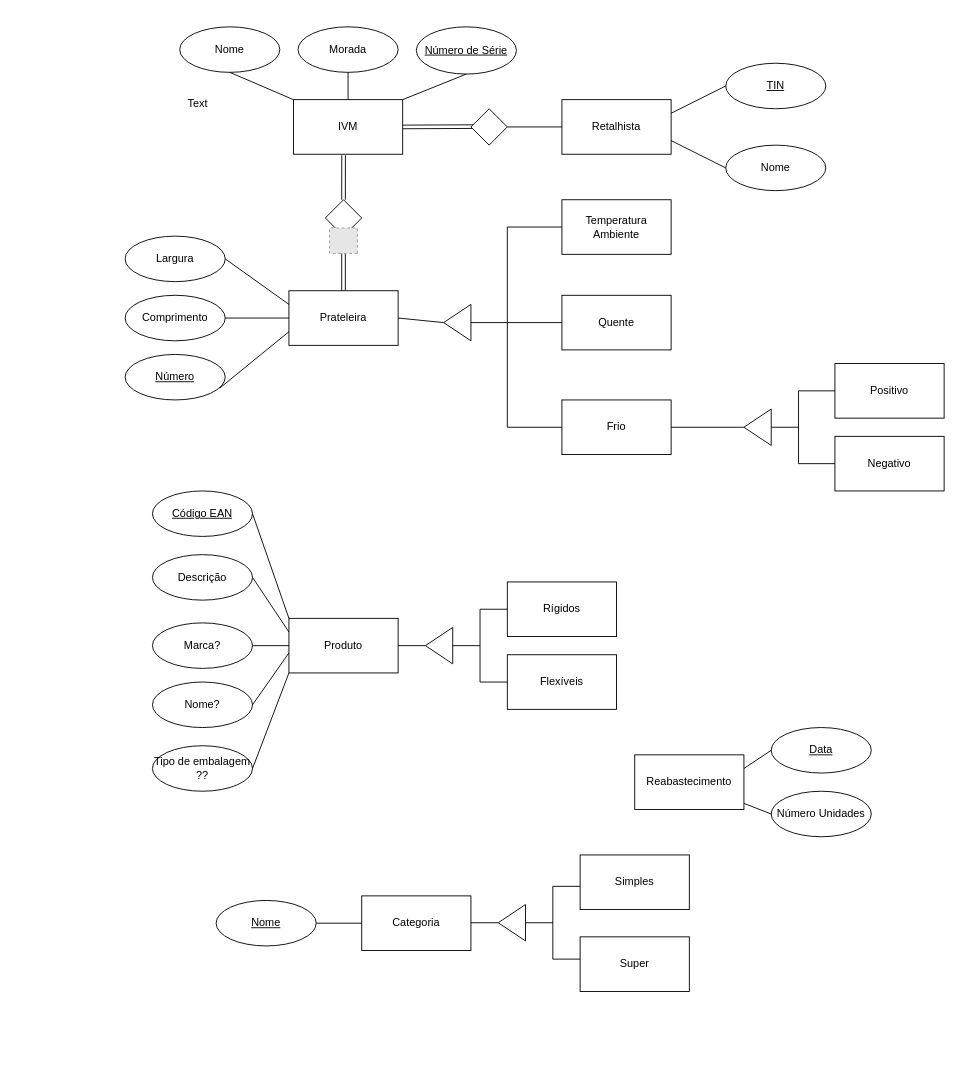
Above: Untitled Diagram.drawio in inespereirinha/BD (draw.io), before the change. Source tidied: cells renumbered, new cells numbered last; positions are measured from the earlier drawing's top-left corner, leaving out a move shared by most shapes. Both pictures are drawn from the tidied source at 91%, with x=0, y=0 at pixel (125, 26). Pictures stored in the file or linked from it are replaced by grey dashed boxes.
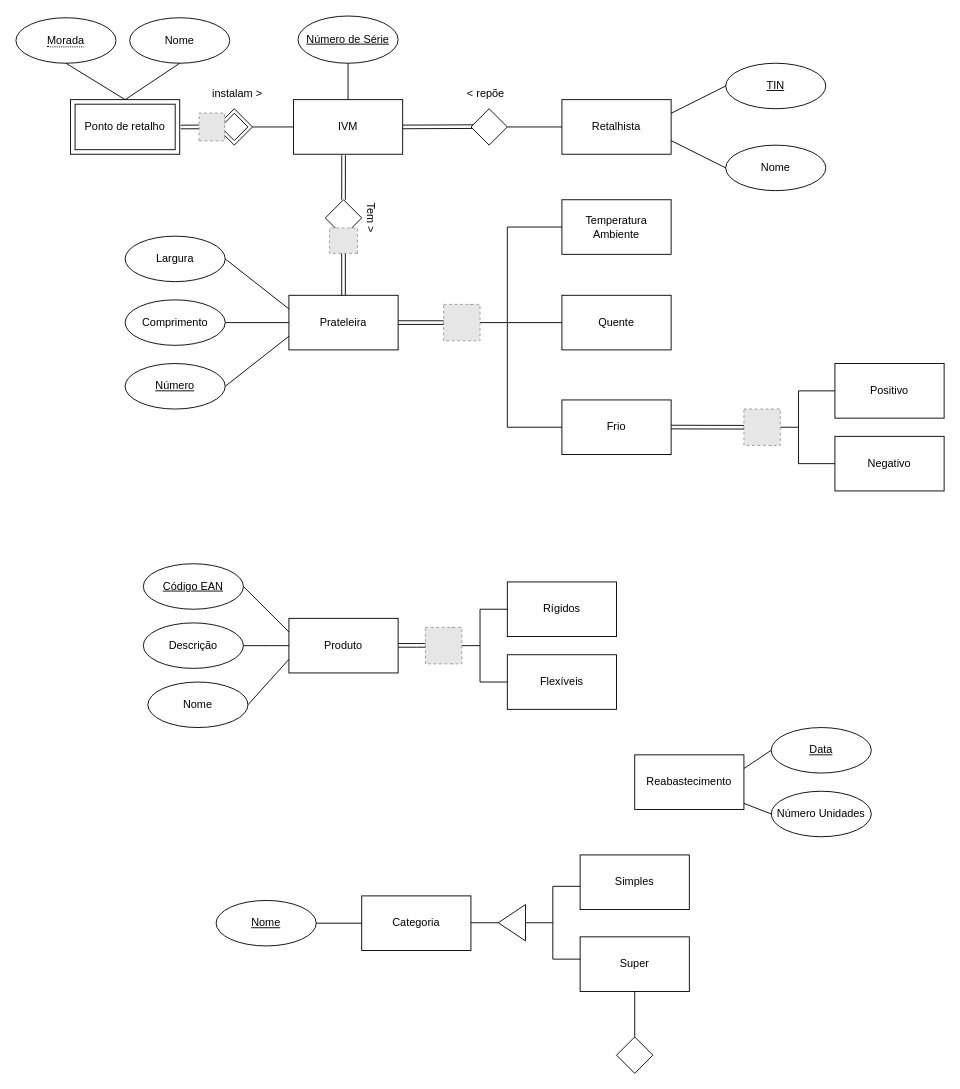
After the change.

Commit message:
weak entity

Unchanged cells that the change refers to:
```xml
<mxCell id="2" value="IVM" style="rounded=0;whiteSpace=wrap;html=1;" parent="1" vertex="1">
  <mxGeometry x="185" y="80" width="120" height="60" as="geometry" />
</mxCell>
<mxCell id="14" value="Frio" style="rounded=0;whiteSpace=wrap;html=1;" parent="1" vertex="1">
  <mxGeometry x="480" y="410" width="120" height="60" as="geometry" />
</mxCell>
<mxCell id="18" value="Produto" style="rounded=0;whiteSpace=wrap;html=1;" parent="1" vertex="1">
  <mxGeometry x="180" y="650" width="120" height="60" as="geometry" />
</mxCell>
<mxCell id="49" style="triangle;whiteSpace=wrap;html=1;rotation=-180;" parent="1" vertex="1">
  <mxGeometry x="350" y="305" width="30" height="40" as="geometry" />
</mxCell>
<mxCell id="56" style="triangle;whiteSpace=wrap;html=1;rotation=-180;" parent="1" vertex="1">
  <mxGeometry x="680" y="420" width="30" height="40" as="geometry" />
</mxCell>
<mxCell id="62" style="triangle;whiteSpace=wrap;html=1;rotation=-180;" parent="1" vertex="1">
  <mxGeometry x="330" y="660" width="30" height="40" as="geometry" />
</mxCell>
```

Diff of the diagram source:
```diff
@@
     <mxCell id="3" value="Prateleira" style="rounded=0;whiteSpace=wrap;html=1;" parent="1" vertex="1">
-      <mxGeometry x="180" y="290" width="120" height="60" as="geometry" />
+      <mxGeometry x="180" y="295" width="120" height="60" as="geometry" />
     </mxCell>
     <mxCell id="4" value="Nome" style="ellipse;whiteSpace=wrap;html=1;" parent="1" vertex="1">
-      <mxGeometry x="60" width="110" height="50" as="geometry" />
+      <mxGeometry x="5" y="-10" width="110" height="50" as="geometry" />
     </mxCell>
-    <mxCell id="5" value="Morada" style="ellipse;whiteSpace=wrap;html=1;" parent="1" vertex="1">
-      <mxGeometry x="190" width="110" height="50" as="geometry" />
+    <mxCell id="5" value="&lt;div style=&quot;border-bottom: 1px dotted black&quot;&gt;Morada&lt;/div&gt;" style="ellipse;whiteSpace=wrap;html=1;" parent="1" vertex="1">
+      <mxGeometry x="-120" y="-10" width="110" height="50" as="geometry" />
     </mxCell>
     <mxCell id="6" value="&lt;u&gt;Número de Série&lt;/u&gt;" style="ellipse;whiteSpace=wrap;html=1;" parent="1" vertex="1">
-      <mxGeometry x="320" width="110" height="51.9" as="geometry" />
+      <mxGeometry x="190" y="-11.9" width="110" height="51.9" as="geometry" />
     </mxCell>
@@
     <mxCell id="11" value="Comprimento" style="ellipse;whiteSpace=wrap;html=1;" parent="1" vertex="1">
-      <mxGeometry y="295" width="110" height="50" as="geometry" />
+      <mxGeometry y="300" width="110" height="50" as="geometry" />
     </mxCell>
     <mxCell id="12" value="&lt;u&gt;Número&lt;/u&gt;" style="ellipse;whiteSpace=wrap;html=1;" parent="1" vertex="1">
-      <mxGeometry y="360" width="110" height="50" as="geometry" />
+      <mxGeometry y="370" width="110" height="50" as="geometry" />
     </mxCell>
@@
     <mxCell id="19" value="&lt;u&gt;Código EAN&lt;/u&gt;" style="ellipse;whiteSpace=wrap;html=1;" parent="1" vertex="1">
-      <mxGeometry x="30" y="510" width="110" height="50" as="geometry" />
+      <mxGeometry x="20" y="590" width="110" height="50" as="geometry" />
     </mxCell>
     <mxCell id="20" value="Descrição" style="ellipse;whiteSpace=wrap;html=1;" parent="1" vertex="1">
-      <mxGeometry x="30" y="580" width="110" height="50" as="geometry" />
+      <mxGeometry x="20" y="655" width="110" height="50" as="geometry" />
     </mxCell>
-    <mxCell id="21" value="Marca?" style="ellipse;whiteSpace=wrap;html=1;" parent="1" vertex="1">
-      <mxGeometry x="30" y="655" width="110" height="50" as="geometry" />
+    <mxCell id="21" value="Nome" style="ellipse;whiteSpace=wrap;html=1;" parent="1" vertex="1">
+      <mxGeometry x="25" y="720" width="110" height="50" as="geometry" />
     </mxCell>
-    <mxCell id="22" value="Nome?" style="ellipse;whiteSpace=wrap;html=1;" parent="1" vertex="1">
-      <mxGeometry x="30" y="720" width="110" height="50" as="geometry" />
-    </mxCell>
@@
-    <mxCell id="25" value="Tipo de embalagem&lt;br&gt;??" style="ellipse;whiteSpace=wrap;html=1;" parent="1" vertex="1">
-      <mxGeometry x="30" y="790" width="110" height="50" as="geometry" />
-    </mxCell>
@@
-    <mxCell id="33" style="endArrow=none;html=1;rounded=0;entryX=0.5;entryY=1;entryDx=0;entryDy=0;exitX=1;exitY=0;exitDx=0;exitDy=0;" parent="1" edge="1" source="2" target="6">
+    <mxCell id="33" style="endArrow=none;html=1;rounded=0;entryX=0.5;entryY=1;entryDx=0;entryDy=0;" parent="1" edge="1" source="2" target="6">
       <mxGeometry relative="1" as="geometry" />
     </mxCell>
-    <mxCell id="34" style="endArrow=none;html=1;rounded=0;entryX=0.5;entryY=1;entryDx=0;entryDy=0;exitX=0.5;exitY=0;exitDx=0;exitDy=0;" parent="1" edge="1" source="2" target="5">
-      <mxGeometry relative="1" as="geometry" />
+    <mxCell id="34" style="endArrow=none;html=1;rounded=0;entryX=0.5;entryY=1;entryDx=0;entryDy=0;exitX=0.5;exitY=0;exitDx=0;exitDy=0;" parent="1" edge="1" target="5">
+      <mxGeometry relative="1" as="geometry">
+        <mxPoint y="80" as="sourcePoint" />
+      </mxGeometry>
     </mxCell>
-    <mxCell id="35" style="endArrow=none;html=1;rounded=0;entryX=0.5;entryY=1;entryDx=0;entryDy=0;exitX=0;exitY=0;exitDx=0;exitDy=0;" parent="1" edge="1" source="2" target="4">
-      <mxGeometry relative="1" as="geometry" />
+    <mxCell id="35" style="endArrow=none;html=1;rounded=0;entryX=0.5;entryY=1;entryDx=0;entryDy=0;exitX=0.5;exitY=0;exitDx=0;exitDy=0;" parent="1" edge="1" target="4">
+      <mxGeometry relative="1" as="geometry">
+        <mxPoint y="80" as="sourcePoint" />
+      </mxGeometry>
     </mxCell>
@@
-    <mxCell id="40" style="endArrow=none;html=1;rounded=0;entryX=0;entryY=0.75;entryDx=0;entryDy=0;exitX=0.945;exitY=0.74;exitDx=0;exitDy=0;exitPerimeter=0;" parent="1" edge="1" source="12" target="3">
+    <mxCell id="40" style="endArrow=none;html=1;rounded=0;entryX=0;entryY=0.75;entryDx=0;entryDy=0;exitX=1;exitY=0.5;exitDx=0;exitDy=0;" parent="1" edge="1" source="12" target="3">
       <mxGeometry relative="1" as="geometry" />
     </mxCell>
-    <mxCell id="41" style="endArrow=none;html=1;rounded=0;entryX=1;entryY=0.5;entryDx=0;entryDy=0;exitX=0;exitY=0;exitDx=0;exitDy=0;" parent="1" edge="1" source="18" target="19">
+    <mxCell id="41" style="endArrow=none;html=1;rounded=0;entryX=1;entryY=0.5;entryDx=0;entryDy=0;exitX=0;exitY=0.25;exitDx=0;exitDy=0;" parent="1" edge="1" source="18" target="19">
       <mxGeometry relative="1" as="geometry" />
     </mxCell>
-    <mxCell id="42" style="endArrow=none;html=1;rounded=0;entryX=1;entryY=0.5;entryDx=0;entryDy=0;exitX=0;exitY=0.25;exitDx=0;exitDy=0;" parent="1" edge="1" source="18" target="20">
-      <mxGeometry relative="1" as="geometry" />
+    <mxCell id="42" style="endArrow=none;html=1;rounded=0;entryX=1;entryY=0.5;entryDx=0;entryDy=0;exitX=0;exitY=0.5;exitDx=0;exitDy=0;" parent="1" edge="1" source="18" target="20">
+      <mxGeometry relative="1" as="geometry">
+        <Array as="points">
+          <mxPoint x="160" y="680" />
+        </Array>
+      </mxGeometry>
     </mxCell>
-    <mxCell id="43" style="endArrow=none;html=1;rounded=0;entryX=1;entryY=0.5;entryDx=0;entryDy=0;exitX=0;exitY=0.5;exitDx=0;exitDy=0;" parent="1" edge="1" source="18" target="21">
+    <mxCell id="43" style="endArrow=none;html=1;rounded=0;entryX=1;entryY=0.5;entryDx=0;entryDy=0;exitX=0;exitY=0.75;exitDx=0;exitDy=0;" parent="1" edge="1" source="18" target="21">
       <mxGeometry relative="1" as="geometry" />
     </mxCell>
-    <mxCell id="44" style="endArrow=none;html=1;rounded=0;exitX=1;exitY=0.5;exitDx=0;exitDy=0;entryX=0;entryY=0.633;entryDx=0;entryDy=0;entryPerimeter=0;" parent="1" edge="1" source="22" target="18">
-      <mxGeometry relative="1" as="geometry" />
-    </mxCell>
-    <mxCell id="45" style="endArrow=none;html=1;rounded=0;exitX=1;exitY=0.5;exitDx=0;exitDy=0;entryX=0;entryY=1;entryDx=0;entryDy=0;" parent="1" edge="1" source="25" target="18">
-      <mxGeometry relative="1" as="geometry" />
-    </mxCell>
@@
-    <mxCell id="50" style="endArrow=none;html=1;rounded=0;exitX=1;exitY=0.5;exitDx=0;exitDy=0;entryX=1;entryY=0.5;entryDx=0;entryDy=0;" parent="1" edge="1" source="3" target="49">
-      <mxGeometry relative="1" as="geometry" />
-    </mxCell>
@@
-    <mxCell id="57" style="endArrow=none;html=1;rounded=0;entryX=1;entryY=0.5;entryDx=0;entryDy=0;exitX=1;exitY=0.5;exitDx=0;exitDy=0;" parent="1" edge="1" source="14" target="56">
-      <mxGeometry relative="1" as="geometry" />
-    </mxCell>
@@
-    <mxCell id="63" style="endArrow=none;html=1;rounded=0;exitX=1;exitY=0.5;exitDx=0;exitDy=0;entryX=1;entryY=0.5;entryDx=0;entryDy=0;" parent="1" edge="1" source="18" target="62">
-      <mxGeometry relative="1" as="geometry" />
-    </mxCell>
@@
-    <mxCell id="78" value="Text" style="text;html=1;strokeColor=none;fillColor=none;align=center;verticalAlign=middle;whiteSpace=wrap;rounded=0;" parent="1" vertex="1">
-      <mxGeometry x="50" y="70" width="60" height="30" as="geometry" />
-    </mxCell>
@@
+    <mxCell id="82" style="fillColor=#E6E6E6;strokeColor=#999999;dashed=1;html=1;verticalAlign=top;verticalLabelPosition=bottom;labelBackgroundColor=#ffffff;" parent="1" vertex="1">
+      <mxGeometry x="350" y="305" width="40" height="40" as="geometry" />
+    </mxCell>
+    <mxCell id="83" style="fillColor=#E6E6E6;strokeColor=#999999;dashed=1;html=1;verticalAlign=top;verticalLabelPosition=bottom;labelBackgroundColor=#ffffff;" parent="1" vertex="1">
+      <mxGeometry x="680" y="420" width="40" height="40" as="geometry" />
+    </mxCell>
+    <mxCell id="84" style="shape=link;html=1;rounded=0;entryX=0;entryY=0.5;entryDx=0;entryDy=0;exitX=1;exitY=0.5;exitDx=0;exitDy=0;" parent="1" edge="1" source="3" target="82">
+      <mxGeometry relative="1" as="geometry" />
+    </mxCell>
+    <mxCell id="85" style="fillColor=#E6E6E6;strokeColor=#999999;dashed=1;html=1;verticalAlign=top;verticalLabelPosition=bottom;labelBackgroundColor=#ffffff;" parent="1" vertex="1">
+      <mxGeometry x="330" y="660" width="40" height="40" as="geometry" />
+    </mxCell>
+    <mxCell id="86" style="shape=link;html=1;rounded=0;exitX=1;exitY=0.5;exitDx=0;exitDy=0;" parent="1" edge="1">
+      <mxGeometry relative="1" as="geometry">
+        <mxPoint x="300" y="679.7" as="sourcePoint" />
+        <mxPoint x="330" y="679.7" as="targetPoint" />
+        <Array as="points">
+          <mxPoint x="320" y="679.7" />
+        </Array>
+      </mxGeometry>
+    </mxCell>
+    <mxCell id="87" style="rhombus;whiteSpace=wrap;html=1;" parent="1" vertex="1">
+      <mxGeometry x="100" y="90" width="40" height="40" as="geometry" />
+    </mxCell>
+    <mxCell id="88" value="Ponto de retalho" style="shape=ext;margin=3;double=1;whiteSpace=wrap;html=1;align=center;" parent="1" vertex="1">
+      <mxGeometry x="-60" y="80" width="120" height="60" as="geometry" />
+    </mxCell>
+    <mxCell id="89" style="rhombus;whiteSpace=wrap;html=1;" parent="1" vertex="1">
+      <mxGeometry x="105" y="95" width="30" height="30" as="geometry" />
+    </mxCell>
+    <mxCell id="90" style="shape=link;html=1;rounded=0;entryX=1.01;entryY=0.603;entryDx=0;entryDy=0;entryPerimeter=0;" parent="1" edge="1">
+      <mxGeometry relative="1" as="geometry">
+        <mxPoint x="90" y="109.9" as="sourcePoint" />
+        <mxPoint x="61.2" y="110.1" as="targetPoint" />
+      </mxGeometry>
+    </mxCell>
+    <mxCell id="91" style="fillColor=#E6E6E6;strokeColor=#999999;dashed=1;html=1;verticalAlign=top;verticalLabelPosition=bottom;labelBackgroundColor=#ffffff;rotation=-90;" parent="1" vertex="1">
+      <mxGeometry x="80" y="96" width="30.6" height="28" as="geometry" />
+    </mxCell>
+    <mxCell id="92" style="endArrow=none;html=1;rounded=0;entryX=0;entryY=0.5;entryDx=0;entryDy=0;" parent="1" edge="1" target="2">
+      <mxGeometry relative="1" as="geometry">
+        <mxPoint x="140" y="110" as="sourcePoint" />
+      </mxGeometry>
+    </mxCell>
+    <mxCell id="93" value="&lt; repõe" style="text;strokeColor=none;fillColor=none;spacingLeft=4;spacingRight=4;overflow=hidden;fontSize=12;" parent="1" vertex="1">
+      <mxGeometry x="370" y="60" width="60" height="30" as="geometry" />
+    </mxCell>
+    <mxCell id="94" value="instalam &gt;" style="text;strokeColor=none;fillColor=none;spacingLeft=4;spacingRight=4;overflow=hidden;fontSize=12;" parent="1" vertex="1">
+      <mxGeometry x="90" y="60" width="70" height="30" as="geometry" />
+    </mxCell>
+    <mxCell id="95" value="Tem &amp;gt;" style="text;html=1;strokeColor=none;fillColor=none;align=center;verticalAlign=middle;whiteSpace=wrap;rounded=0;rotation=90;" parent="1" vertex="1">
+      <mxGeometry x="240" y="195" width="60" height="30" as="geometry" />
+    </mxCell>
+    <mxCell id="96" style="shape=link;html=1;rounded=0;entryX=0;entryY=0.5;entryDx=0;entryDy=0;exitX=1;exitY=0.5;exitDx=0;exitDy=0;" parent="1" edge="1" target="83">
+      <mxGeometry relative="1" as="geometry">
+        <mxPoint x="600" y="439.8" as="sourcePoint" />
+      </mxGeometry>
+    </mxCell>
+    <mxCell id="97" style="rhombus;whiteSpace=wrap;html=1;" parent="1" vertex="1">
+      <mxGeometry x="540" y="1110" width="40" height="40" as="geometry" />
+    </mxCell>
+    <mxCell id="98" style="endArrow=none;html=1;rounded=0;" parent="1" edge="1" source="97">
+      <mxGeometry relative="1" as="geometry">
+        <mxPoint x="560" y="1060" as="targetPoint" />
+      </mxGeometry>
+    </mxCell>
```
